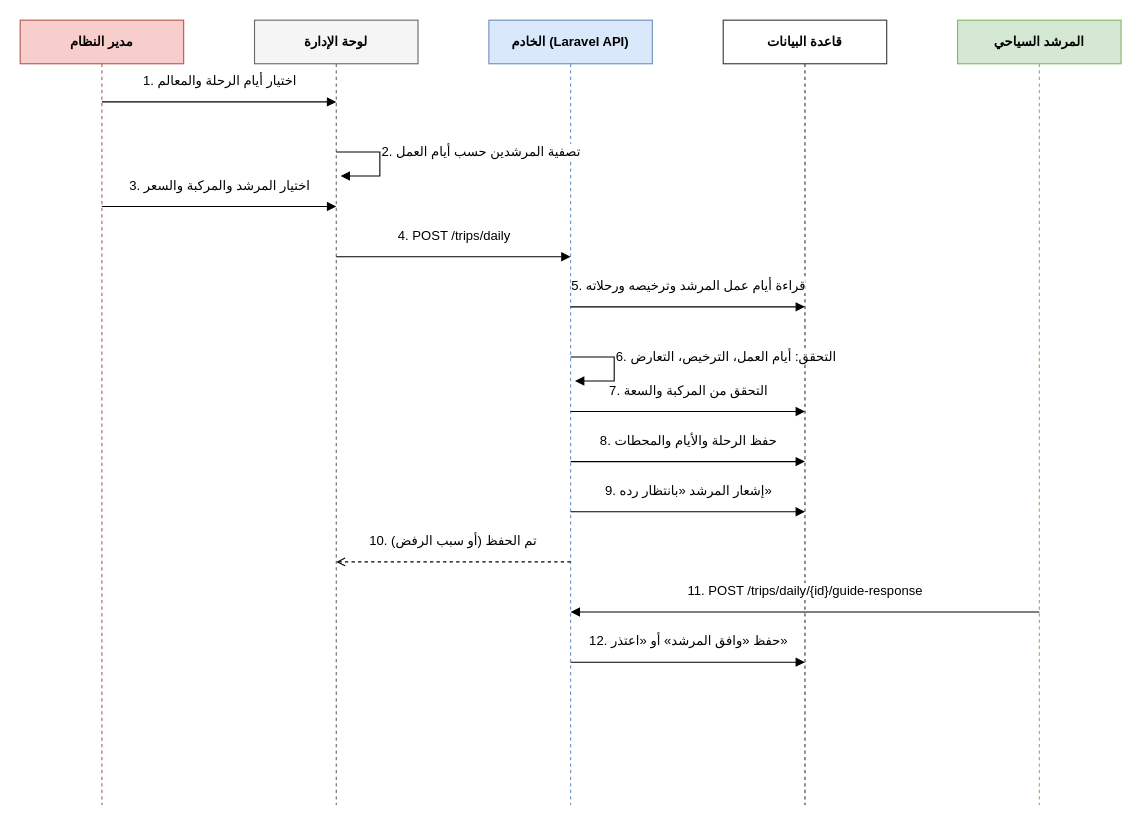
This is مخططات_التحليل_drawio/seq02_trips.drawio from masara-prog/Delni-project, a draw.io file, before an edit. Source tidied: cells renumbered, new cells numbered last; positions are measured from the earlier drawing's top-left corner, leaving out a move shared by most shapes. Both pictures are drawn from the tidied source at 109%, with x=0, y=0 at pixel (20, 20).
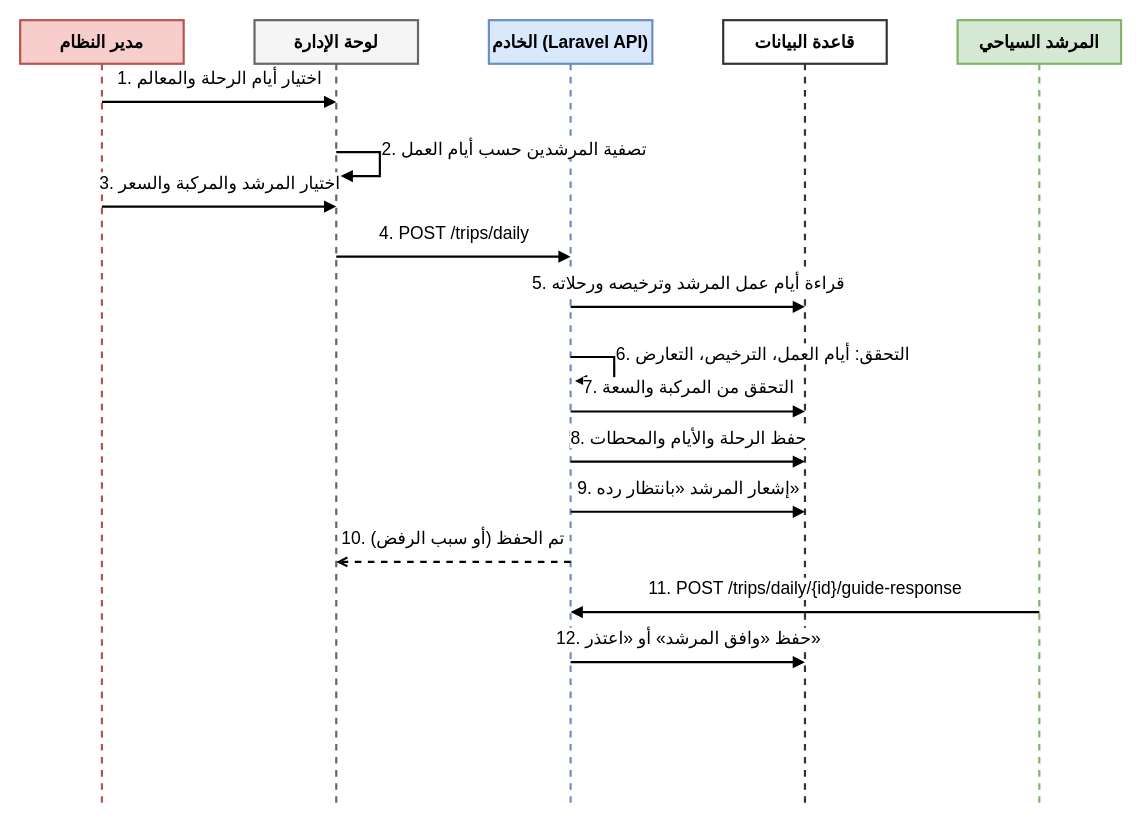
Above is the later version.

Change to the diagram source:
```diff
@@
-    <mxCell id="2" value="مدير النظام" style="shape=umlLifeline;perimeter=lifelinePerimeter;size=40;html=1;whiteSpace=wrap;fontFamily=Arial;fontSize=12;fontStyle=1;fillColor=#f8cecc;strokeColor=#b85450;" parent="1" vertex="1">
+    <mxCell id="2" value="مدير النظام" style="shape=umlLifeline;perimeter=lifelinePerimeter;size=40;html=1;whiteSpace=wrap;fontFamily=Arial;fontSize=16;fontStyle=1;fillColor=#f8cecc;strokeColor=#b85450;strokeWidth=2;" parent="1" vertex="1">
       <mxGeometry width="150" height="720" as="geometry" />
     </mxCell>
-    <mxCell id="3" value="لوحة الإدارة" style="shape=umlLifeline;perimeter=lifelinePerimeter;size=40;html=1;whiteSpace=wrap;fontFamily=Arial;fontSize=12;fontStyle=1;fillColor=#f5f5f5;strokeColor=#666666;" parent="1" vertex="1">
+    <mxCell id="3" value="لوحة الإدارة" style="shape=umlLifeline;perimeter=lifelinePerimeter;size=40;html=1;whiteSpace=wrap;fontFamily=Arial;fontSize=16;fontStyle=1;fillColor=#f5f5f5;strokeColor=#666666;strokeWidth=2;" parent="1" vertex="1">
       <mxGeometry x="215" width="150" height="720" as="geometry" />
     </mxCell>
-    <mxCell id="4" value="الخادم (Laravel API)" style="shape=umlLifeline;perimeter=lifelinePerimeter;size=40;html=1;whiteSpace=wrap;fontFamily=Arial;fontSize=12;fontStyle=1;fillColor=#dae8fc;strokeColor=#6c8ebf;" parent="1" vertex="1">
+    <mxCell id="4" value="الخادم (Laravel API)" style="shape=umlLifeline;perimeter=lifelinePerimeter;size=40;html=1;whiteSpace=wrap;fontFamily=Arial;fontSize=16;fontStyle=1;fillColor=#dae8fc;strokeColor=#6c8ebf;strokeWidth=2;" parent="1" vertex="1">
       <mxGeometry x="430" width="150" height="720" as="geometry" />
     </mxCell>
-    <mxCell id="5" value="قاعدة البيانات" style="shape=umlLifeline;perimeter=lifelinePerimeter;size=40;html=1;whiteSpace=wrap;fontFamily=Arial;fontSize=12;fontStyle=1;fillColor=#ffffff;strokeColor=#333333;" parent="1" vertex="1">
+    <mxCell id="5" value="قاعدة البيانات" style="shape=umlLifeline;perimeter=lifelinePerimeter;size=40;html=1;whiteSpace=wrap;fontFamily=Arial;fontSize=16;fontStyle=1;fillColor=#ffffff;strokeColor=#333333;strokeWidth=2;" parent="1" vertex="1">
       <mxGeometry x="645" width="150" height="720" as="geometry" />
     </mxCell>
-    <mxCell id="6" value="المرشد السياحي" style="shape=umlLifeline;perimeter=lifelinePerimeter;size=40;html=1;whiteSpace=wrap;fontFamily=Arial;fontSize=12;fontStyle=1;fillColor=#d5e8d4;strokeColor=#82b366;" parent="1" vertex="1">
+    <mxCell id="6" value="المرشد السياحي" style="shape=umlLifeline;perimeter=lifelinePerimeter;size=40;html=1;whiteSpace=wrap;fontFamily=Arial;fontSize=16;fontStyle=1;fillColor=#d5e8d4;strokeColor=#82b366;strokeWidth=2;" parent="1" vertex="1">
       <mxGeometry x="860" width="150" height="720" as="geometry" />
     </mxCell>
-    <mxCell id="7" value="1. اختيار أيام الرحلة والمعالم" style="endArrow=block;endFill=1;html=1;rounded=0;fontFamily=Arial;fontSize=12;labelBackgroundColor=#ffffff;verticalAlign=bottom;" parent="1" edge="1">
+    <mxCell id="7" value="1. اختيار أيام الرحلة والمعالم" style="endArrow=block;endFill=1;html=1;rounded=0;fontFamily=Arial;fontSize=16;labelBackgroundColor=#ffffff;verticalAlign=bottom;strokeWidth=2;" parent="1" edge="1">
       <mxGeometry relative="1" as="geometry">
         <mxPoint x="75" y="75" as="sourcePoint" />
         <mxPoint x="290" y="75" as="targetPoint" />
         <mxPoint y="-10" as="offset" />
       </mxGeometry>
     </mxCell>
-    <mxCell id="8" value="2. تصفية المرشدين حسب أيام العمل" style="endArrow=block;endFill=1;html=1;rounded=0;fontFamily=Arial;fontSize=12;labelBackgroundColor=#ffffff;align=left;verticalAlign=bottom;" parent="1" edge="1">
+    <mxCell id="8" value="2. تصفية المرشدين حسب أيام العمل" style="endArrow=block;endFill=1;html=1;rounded=0;fontFamily=Arial;fontSize=16;labelBackgroundColor=#ffffff;align=left;verticalAlign=bottom;strokeWidth=2;" parent="1" edge="1">
       <mxGeometry relative="1" as="geometry">
         <mxPoint x="290" y="121" as="sourcePoint" />
         <mxPoint x="294" y="143" as="targetPoint" />
         <Array as="points">
           <mxPoint x="330" y="121" />
           <mxPoint x="330" y="143" />
         </Array>
       </mxGeometry>
     </mxCell>
-    <mxCell id="9" value="3. اختيار المرشد والمركبة والسعر" style="endArrow=block;endFill=1;html=1;rounded=0;fontFamily=Arial;fontSize=12;labelBackgroundColor=#ffffff;verticalAlign=bottom;" parent="1" edge="1">
+    <mxCell id="9" value="3. اختيار المرشد والمركبة والسعر" style="endArrow=block;endFill=1;html=1;rounded=0;fontFamily=Arial;fontSize=16;labelBackgroundColor=#ffffff;verticalAlign=bottom;strokeWidth=2;" parent="1" edge="1">
       <mxGeometry relative="1" as="geometry">
         <mxPoint x="75" y="171" as="sourcePoint" />
         <mxPoint x="290" y="171" as="targetPoint" />
         <mxPoint y="-10" as="offset" />
       </mxGeometry>
     </mxCell>
-    <mxCell id="10" value="4. POST /trips/daily" style="endArrow=block;endFill=1;html=1;rounded=0;fontFamily=Arial;fontSize=12;labelBackgroundColor=#ffffff;verticalAlign=bottom;" parent="1" edge="1">
+    <mxCell id="10" value="4. POST /trips/daily" style="endArrow=block;endFill=1;html=1;rounded=0;fontFamily=Arial;fontSize=16;labelBackgroundColor=#ffffff;verticalAlign=bottom;strokeWidth=2;" parent="1" edge="1">
       <mxGeometry relative="1" as="geometry">
         <mxPoint x="290" y="217" as="sourcePoint" />
         <mxPoint x="505" y="217" as="targetPoint" />
         <mxPoint y="-10" as="offset" />
       </mxGeometry>
     </mxCell>
-    <mxCell id="11" value="5. قراءة أيام عمل المرشد وترخيصه ورحلاته" style="endArrow=block;endFill=1;html=1;rounded=0;fontFamily=Arial;fontSize=12;labelBackgroundColor=#ffffff;verticalAlign=bottom;" parent="1" edge="1">
+    <mxCell id="11" value="5. قراءة أيام عمل المرشد وترخيصه ورحلاته" style="endArrow=block;endFill=1;html=1;rounded=0;fontFamily=Arial;fontSize=16;labelBackgroundColor=#ffffff;verticalAlign=bottom;strokeWidth=2;" parent="1" edge="1">
       <mxGeometry relative="1" as="geometry">
         <mxPoint x="505" y="263" as="sourcePoint" />
         <mxPoint x="720" y="263" as="targetPoint" />
         <mxPoint y="-10" as="offset" />
       </mxGeometry>
     </mxCell>
-    <mxCell id="12" value="6. التحقق: أيام العمل، الترخيص، التعارض" style="endArrow=block;endFill=1;html=1;rounded=0;fontFamily=Arial;fontSize=12;labelBackgroundColor=#ffffff;align=left;verticalAlign=bottom;" parent="1" edge="1">
+    <mxCell id="12" value="6. التحقق: أيام العمل، الترخيص، التعارض" style="endArrow=block;endFill=1;html=1;rounded=0;fontFamily=Arial;fontSize=16;labelBackgroundColor=#ffffff;align=left;verticalAlign=bottom;strokeWidth=2;" parent="1" edge="1">
       <mxGeometry relative="1" as="geometry">
         <mxPoint x="505" y="309" as="sourcePoint" />
         <mxPoint x="509" y="331" as="targetPoint" />
         <Array as="points">
           <mxPoint x="545" y="309" />
           <mxPoint x="545" y="331" />
         </Array>
       </mxGeometry>
     </mxCell>
-    <mxCell id="13" value="7. التحقق من المركبة والسعة" style="endArrow=block;endFill=1;html=1;rounded=0;fontFamily=Arial;fontSize=12;labelBackgroundColor=#ffffff;verticalAlign=bottom;" parent="1" edge="1">
+    <mxCell id="13" value="7. التحقق من المركبة والسعة" style="endArrow=block;endFill=1;html=1;rounded=0;fontFamily=Arial;fontSize=16;labelBackgroundColor=#ffffff;verticalAlign=bottom;strokeWidth=2;" parent="1" edge="1">
       <mxGeometry relative="1" as="geometry">
         <mxPoint x="505" y="359" as="sourcePoint" />
         <mxPoint x="720" y="359" as="targetPoint" />
         <mxPoint y="-10" as="offset" />
       </mxGeometry>
     </mxCell>
-    <mxCell id="14" value="8. حفظ الرحلة والأيام والمحطات" style="endArrow=block;endFill=1;html=1;rounded=0;fontFamily=Arial;fontSize=12;labelBackgroundColor=#ffffff;verticalAlign=bottom;" parent="1" edge="1">
+    <mxCell id="14" value="8. حفظ الرحلة والأيام والمحطات" style="endArrow=block;endFill=1;html=1;rounded=0;fontFamily=Arial;fontSize=16;labelBackgroundColor=#ffffff;verticalAlign=bottom;strokeWidth=2;" parent="1" edge="1">
       <mxGeometry relative="1" as="geometry">
         <mxPoint x="505" y="405" as="sourcePoint" />
         <mxPoint x="720" y="405" as="targetPoint" />
         <mxPoint y="-10" as="offset" />
       </mxGeometry>
     </mxCell>
-    <mxCell id="15" value="9. إشعار المرشد «بانتظار رده»" style="endArrow=block;endFill=1;html=1;rounded=0;fontFamily=Arial;fontSize=12;labelBackgroundColor=#ffffff;verticalAlign=bottom;" parent="1" edge="1">
+    <mxCell id="15" value="9. إشعار المرشد «بانتظار رده»" style="endArrow=block;endFill=1;html=1;rounded=0;fontFamily=Arial;fontSize=16;labelBackgroundColor=#ffffff;verticalAlign=bottom;strokeWidth=2;" parent="1" edge="1">
       <mxGeometry relative="1" as="geometry">
         <mxPoint x="505" y="451" as="sourcePoint" />
         <mxPoint x="720" y="451" as="targetPoint" />
         <mxPoint y="-10" as="offset" />
       </mxGeometry>
     </mxCell>
-    <mxCell id="16" value="10. تم الحفظ (أو سبب الرفض)" style="dashed=1;endArrow=open;html=1;rounded=0;fontFamily=Arial;fontSize=12;labelBackgroundColor=#ffffff;verticalAlign=bottom;" parent="1" edge="1">
+    <mxCell id="16" value="10. تم الحفظ (أو سبب الرفض)" style="dashed=1;endArrow=open;html=1;rounded=0;fontFamily=Arial;fontSize=16;labelBackgroundColor=#ffffff;verticalAlign=bottom;strokeWidth=2;" parent="1" edge="1">
       <mxGeometry relative="1" as="geometry">
         <mxPoint x="505" y="497" as="sourcePoint" />
         <mxPoint x="290" y="497" as="targetPoint" />
         <mxPoint y="-10" as="offset" />
       </mxGeometry>
     </mxCell>
-    <mxCell id="17" value="11. POST /trips/daily/{id}/guide-response" style="endArrow=block;endFill=1;html=1;rounded=0;fontFamily=Arial;fontSize=12;labelBackgroundColor=#ffffff;verticalAlign=bottom;" parent="1" edge="1">
+    <mxCell id="17" value="11. POST /trips/daily/{id}/guide-response" style="endArrow=block;endFill=1;html=1;rounded=0;fontFamily=Arial;fontSize=16;labelBackgroundColor=#ffffff;verticalAlign=bottom;strokeWidth=2;" parent="1" edge="1">
       <mxGeometry relative="1" as="geometry">
         <mxPoint x="935" y="543" as="sourcePoint" />
         <mxPoint x="505" y="543" as="targetPoint" />
         <mxPoint y="-10" as="offset" />
       </mxGeometry>
     </mxCell>
-    <mxCell id="18" value="12. حفظ «وافق المرشد» أو «اعتذر»" style="endArrow=block;endFill=1;html=1;rounded=0;fontFamily=Arial;fontSize=12;labelBackgroundColor=#ffffff;verticalAlign=bottom;" parent="1" edge="1">
+    <mxCell id="18" value="12. حفظ «وافق المرشد» أو «اعتذر»" style="endArrow=block;endFill=1;html=1;rounded=0;fontFamily=Arial;fontSize=16;labelBackgroundColor=#ffffff;verticalAlign=bottom;strokeWidth=2;" parent="1" edge="1">
       <mxGeometry relative="1" as="geometry">
         <mxPoint x="505" y="589" as="sourcePoint" />
         <mxPoint x="720" y="589" as="targetPoint" />
         <mxPoint y="-10" as="offset" />
       </mxGeometry>
     </mxCell>
```
